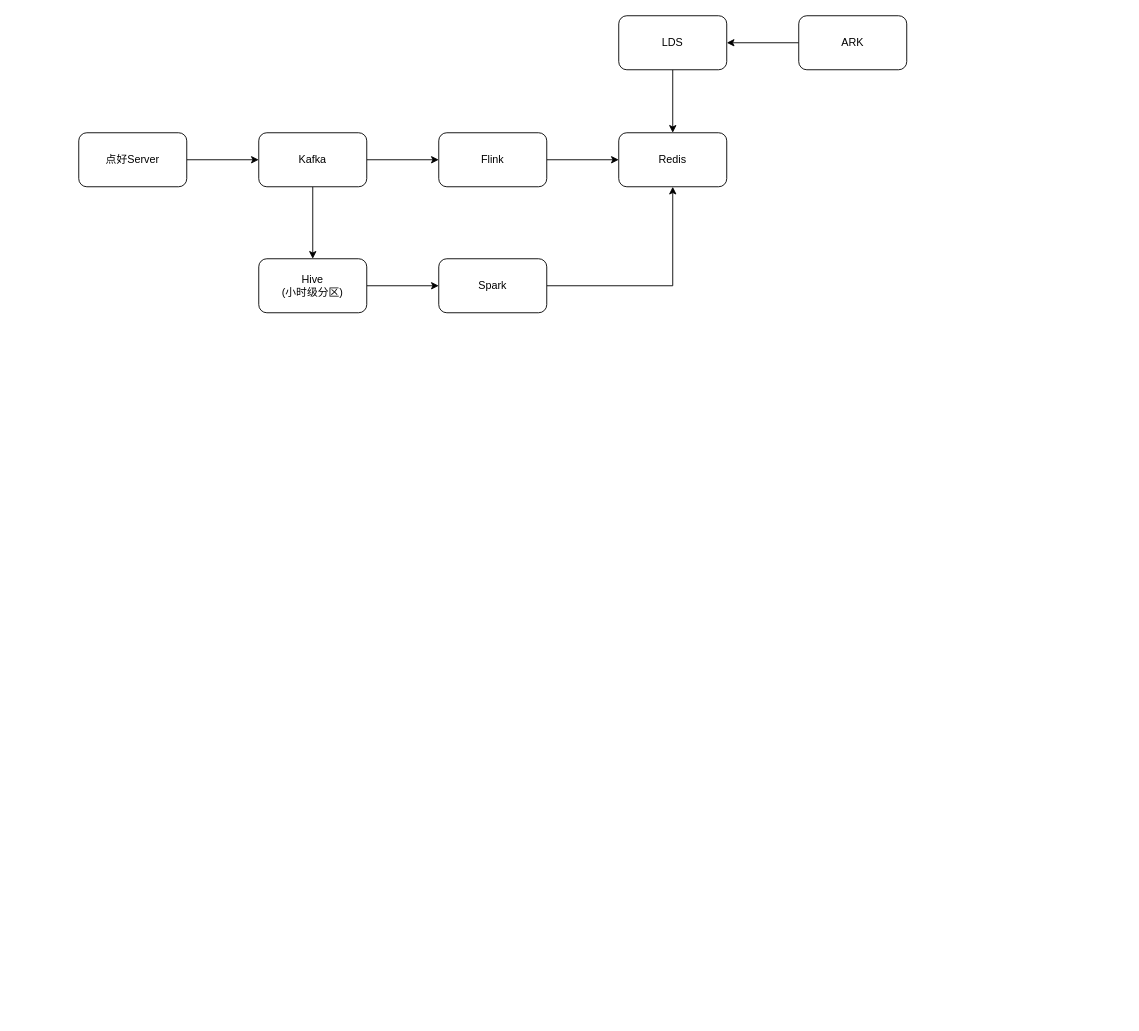
Earlier version of the draw.io diagram red.drawio (wupengfei2/draw). Source tidied: cells renumbered, new cells numbered last; positions are measured from the earlier drawing's top-left corner, leaving out a move shared by most shapes. Both pictures are drawn from the tidied source at 90%, with x=0, y=0 at pixel (78, 15).
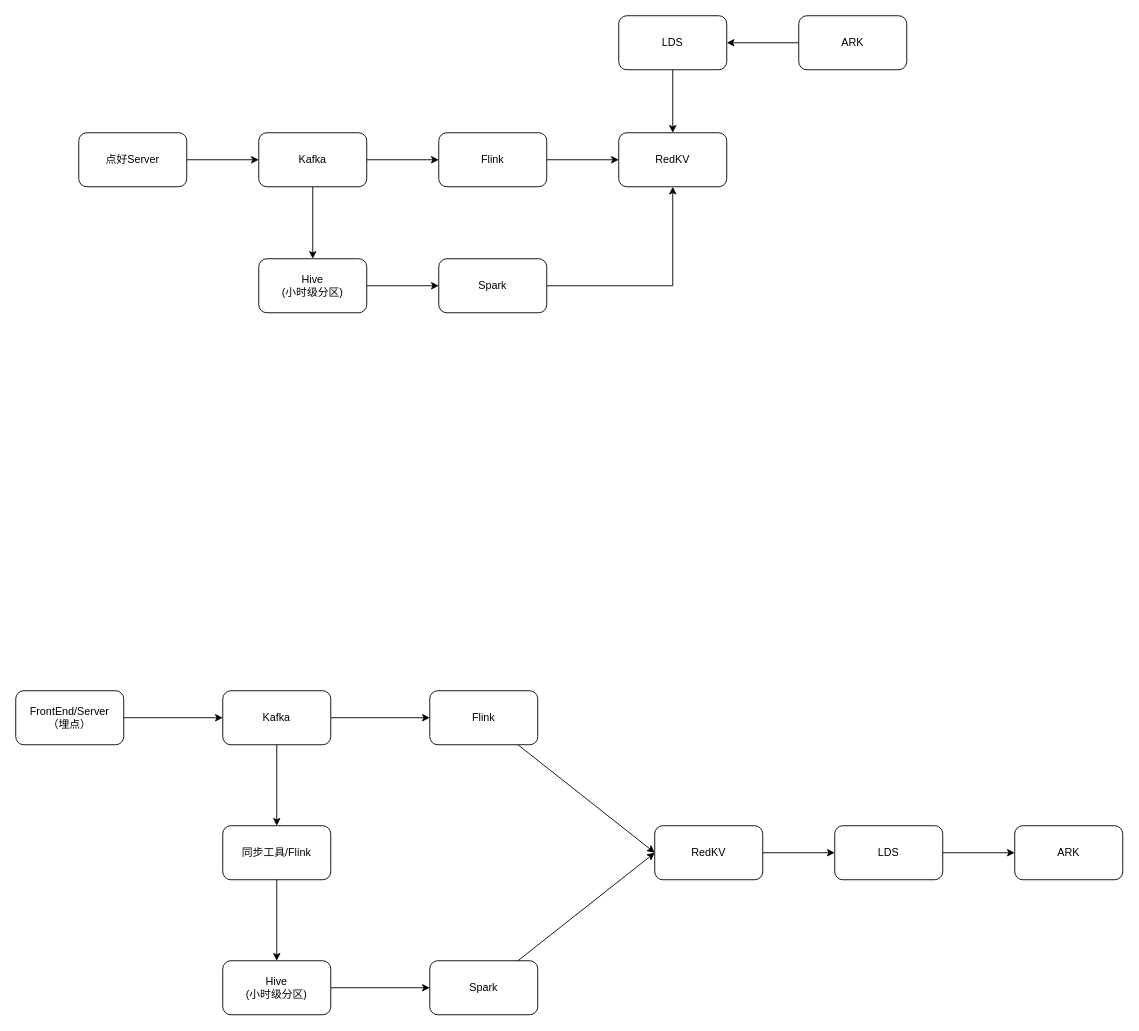
The same page after the edit.

The edit, as a diff of the source:
```diff
@@
-    <mxCell id="9" value="Redis" style="rounded=1;whiteSpace=wrap;html=1;" parent="1" vertex="1">
+    <mxCell id="9" value="RedKV" style="rounded=1;whiteSpace=wrap;html=1;" parent="1" vertex="1">
       <mxGeometry x="600" y="130" width="120" height="60" as="geometry" />
     </mxCell>
@@
+    <mxCell id="18" style="edgeStyle=orthogonalEdgeStyle;rounded=0;jettySize=auto;html=1;" parent="1" edge="1" source="21" target="23">
+      <mxGeometry relative="1" as="geometry" />
+    </mxCell>
+    <mxCell id="19" style="edgeStyle=orthogonalEdgeStyle;rounded=0;jettySize=auto;html=1;startArrow=classic;startFill=1;endArrow=none;endFill=0;" parent="1" edge="1" source="21" target="30">
+      <mxGeometry relative="1" as="geometry" />
+    </mxCell>
+    <mxCell id="20" style="edgeStyle=orthogonalEdgeStyle;rounded=0;jettySize=auto;html=1;" parent="1" edge="1" source="21" target="34">
+      <mxGeometry relative="1" as="geometry" />
+    </mxCell>
+    <mxCell id="21" value="Kafka" style="rounded=1;whiteSpace=wrap;html=1;" parent="1" vertex="1">
+      <mxGeometry x="160" y="750" width="120" height="60" as="geometry" />
+    </mxCell>
+    <mxCell id="22" style="rounded=0;jettySize=auto;html=1;entryX=0;entryY=0.5;entryDx=0;entryDy=0;" parent="1" edge="1" source="23" target="25">
+      <mxGeometry relative="1" as="geometry" />
+    </mxCell>
+    <mxCell id="23" value="Flink" style="rounded=1;whiteSpace=wrap;html=1;" parent="1" vertex="1">
+      <mxGeometry x="390" y="750" width="120" height="60" as="geometry" />
+    </mxCell>
+    <mxCell id="24" style="edgeStyle=orthogonalEdgeStyle;rounded=0;jettySize=auto;html=1;startArrow=none;startFill=0;endArrow=classic;endFill=1;" parent="1" edge="1" source="25" target="32">
+      <mxGeometry relative="1" as="geometry" />
+    </mxCell>
+    <mxCell id="25" value="RedKV" style="rounded=1;whiteSpace=wrap;html=1;" parent="1" vertex="1">
+      <mxGeometry x="640" y="900" width="120" height="60" as="geometry" />
+    </mxCell>
+    <mxCell id="26" style="edgeStyle=orthogonalEdgeStyle;rounded=0;jettySize=auto;html=1;" parent="1" edge="1" source="27" target="29">
+      <mxGeometry relative="1" as="geometry" />
+    </mxCell>
+    <mxCell id="27" value="Hive&lt;br&gt;(小时级分区)" style="rounded=1;whiteSpace=wrap;html=1;" parent="1" vertex="1">
+      <mxGeometry x="160" y="1050" width="120" height="60" as="geometry" />
+    </mxCell>
+    <mxCell id="28" style="rounded=0;jettySize=auto;html=1;entryX=0;entryY=0.5;entryDx=0;entryDy=0;" parent="1" edge="1" source="29" target="25">
+      <mxGeometry relative="1" as="geometry" />
+    </mxCell>
+    <mxCell id="29" value="Spark" style="whiteSpace=wrap;html=1;rounded=1;" parent="1" vertex="1">
+      <mxGeometry x="390" y="1050" width="120" height="60" as="geometry" />
+    </mxCell>
+    <mxCell id="30" value="FrontEnd/Server&lt;br&gt;（埋点）" style="rounded=1;whiteSpace=wrap;html=1;" parent="1" vertex="1">
+      <mxGeometry x="-70" y="750" width="120" height="60" as="geometry" />
+    </mxCell>
+    <mxCell id="31" style="edgeStyle=orthogonalEdgeStyle;rounded=0;jettySize=auto;html=1;" parent="1" edge="1" source="32" target="35">
+      <mxGeometry relative="1" as="geometry" />
+    </mxCell>
+    <mxCell id="32" value="LDS" style="rounded=1;whiteSpace=wrap;html=1;" parent="1" vertex="1">
+      <mxGeometry x="840" y="900" width="120" height="60" as="geometry" />
+    </mxCell>
+    <mxCell id="33" style="edgeStyle=orthogonalEdgeStyle;rounded=0;jettySize=auto;html=1;" parent="1" edge="1" source="34" target="27">
+      <mxGeometry relative="1" as="geometry" />
+    </mxCell>
+    <mxCell id="34" value="同步工具/Flink" style="rounded=1;whiteSpace=wrap;html=1;" parent="1" vertex="1">
+      <mxGeometry x="160" y="900" width="120" height="60" as="geometry" />
+    </mxCell>
+    <mxCell id="35" value="ARK" style="rounded=1;whiteSpace=wrap;html=1;" parent="1" vertex="1">
+      <mxGeometry x="1040" y="900" width="120" height="60" as="geometry" />
+    </mxCell>
```
